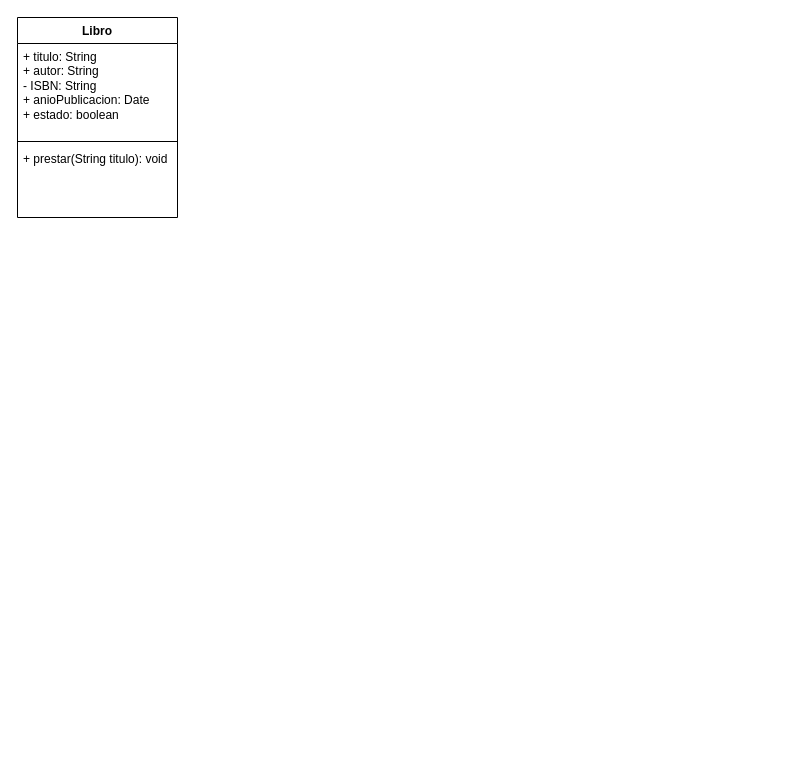
Above: Proyectos/Biblioteca.drawio in wgaibor/POOB24 (draw.io), before the change. Source tidied: cells renumbered, new cells numbered last; positions are measured from the earlier drawing's top-left corner, leaving out a move shared by most shapes. Both pictures are drawn from the tidied source at 100%, with x=0, y=0 at pixel (17, 17).
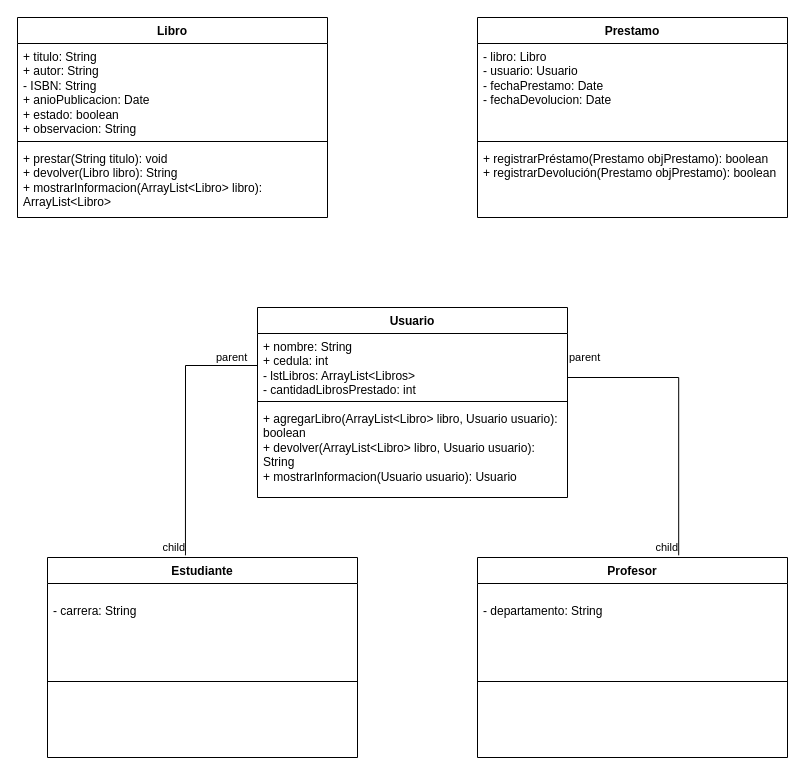
Above is the later version.

Change to the diagram source:
```diff
@@
     <mxCell id="2" value="Libro" style="swimlane;fontStyle=1;align=center;verticalAlign=top;horizontal=1;startSize=26;whiteSpace=wrap;html=1;" parent="1" vertex="1">
-      <mxGeometry width="160" height="200" as="geometry" />
+      <mxGeometry width="310" height="200" as="geometry" />
     </mxCell>
-    <mxCell id="3" value="+ titulo: String&lt;div&gt;+ autor: String&lt;/div&gt;&lt;div&gt;-&amp;nbsp;ISBN: String&lt;/div&gt;&lt;div&gt;+ anioPublicacion: Date&lt;/div&gt;&lt;div&gt;+ estado: boolean&lt;/div&gt;" style="text;strokeColor=none;fillColor=none;align=left;verticalAlign=top;spacingLeft=4;spacingRight=4;overflow=hidden;whiteSpace=wrap;html=1;" parent="2" vertex="1">
-      <mxGeometry y="26" width="160" height="94" as="geometry" />
+    <mxCell id="3" value="+ titulo: String&lt;div&gt;+ autor: String&lt;/div&gt;&lt;div&gt;-&amp;nbsp;ISBN: String&lt;/div&gt;&lt;div&gt;+ anioPublicacion: Date&lt;/div&gt;&lt;div&gt;+ estado: boolean&lt;/div&gt;&lt;div&gt;+ observacion: String&lt;/div&gt;" style="text;strokeColor=none;fillColor=none;align=left;verticalAlign=top;spacingLeft=4;spacingRight=4;overflow=hidden;whiteSpace=wrap;html=1;" parent="2" vertex="1">
+      <mxGeometry y="26" width="310" height="94" as="geometry" />
     </mxCell>
     <mxCell id="4" style="line;strokeWidth=1;fillColor=none;align=left;verticalAlign=middle;spacingTop=-1;spacingLeft=3;spacingRight=3;labelPosition=right;strokeColor=inherit;" parent="2" vertex="1">
-      <mxGeometry y="120" width="160" height="8" as="geometry" />
+      <mxGeometry y="120" width="310" height="8" as="geometry" />
     </mxCell>
-    <mxCell id="5" value="+ prestar(String titulo): void" style="text;strokeColor=none;fillColor=none;align=left;verticalAlign=top;spacingLeft=4;spacingRight=4;overflow=hidden;whiteSpace=wrap;html=1;" parent="2" vertex="1">
-      <mxGeometry y="128" width="160" height="72" as="geometry" />
+    <mxCell id="5" value="+ prestar(String titulo): void&lt;div&gt;+ devolver(Libro libro): String&lt;/div&gt;&lt;div&gt;+ mostrarInformacion(ArrayList&amp;lt;Libro&amp;gt; libro): ArrayList&amp;lt;Libro&amp;gt;&lt;/div&gt;" style="text;strokeColor=none;fillColor=none;align=left;verticalAlign=top;spacingLeft=4;spacingRight=4;overflow=hidden;whiteSpace=wrap;html=1;" parent="2" vertex="1">
+      <mxGeometry y="128" width="310" height="72" as="geometry" />
     </mxCell>
+    <mxCell id="6" value="Usuario" style="swimlane;fontStyle=1;align=center;verticalAlign=top;horizontal=1;startSize=26;whiteSpace=wrap;html=1;" parent="1" vertex="1">
+      <mxGeometry x="240" y="290" width="310" height="190" as="geometry" />
+    </mxCell>
+    <mxCell id="7" value="+ nombre: String&lt;div&gt;+ cedula: int&lt;/div&gt;&lt;div&gt;-&amp;nbsp;lstLibros: ArrayList&amp;lt;Libros&amp;gt;&lt;br&gt;&lt;/div&gt;&lt;div&gt;- cantidadLibrosPrestado: int&lt;/div&gt;" style="text;strokeColor=none;fillColor=none;align=left;verticalAlign=top;spacingLeft=4;spacingRight=4;overflow=hidden;points=[[0,0.5],[1,0.5]];portConstraint=eastwest;whiteSpace=wrap;html=1;" parent="6" vertex="1">
+      <mxGeometry y="26" width="310" height="64" as="geometry" />
+    </mxCell>
+    <mxCell id="8" style="line;strokeWidth=1;fillColor=none;align=left;verticalAlign=middle;spacingTop=-1;spacingLeft=3;spacingRight=3;labelPosition=right;strokeColor=inherit;" parent="6" vertex="1">
+      <mxGeometry y="90" width="310" height="8" as="geometry" />
+    </mxCell>
+    <mxCell id="9" value="+ agregarLibro(ArrayList&amp;lt;Libro&amp;gt; libro, Usuario usuario): boolean&lt;div&gt;+ devolver(ArrayList&amp;lt;Libro&amp;gt; libro, Usuario usuario): String&lt;/div&gt;&lt;div&gt;+ mostrarInformacion(Usuario usuario): Usuario&lt;/div&gt;" style="text;strokeColor=none;fillColor=none;align=left;verticalAlign=top;spacingLeft=4;spacingRight=4;overflow=hidden;whiteSpace=wrap;html=1;" parent="6" vertex="1">
+      <mxGeometry y="98" width="310" height="92" as="geometry" />
+    </mxCell>
+    <mxCell id="10" value="Estudiante" style="swimlane;fontStyle=1;align=center;verticalAlign=top;horizontal=1;startSize=26;whiteSpace=wrap;html=1;" parent="1" vertex="1">
+      <mxGeometry x="30" y="540" width="310" height="200" as="geometry" />
+    </mxCell>
+    <mxCell id="11" value="&lt;br&gt;&lt;div&gt;-&amp;nbsp;carrera: String&lt;br&gt;&lt;/div&gt;" style="text;strokeColor=none;fillColor=none;align=left;verticalAlign=top;spacingLeft=4;spacingRight=4;overflow=hidden;whiteSpace=wrap;html=1;" parent="10" vertex="1">
+      <mxGeometry y="26" width="310" height="94" as="geometry" />
+    </mxCell>
+    <mxCell id="12" style="line;strokeWidth=1;fillColor=none;align=left;verticalAlign=middle;spacingTop=-1;spacingLeft=3;spacingRight=3;labelPosition=right;strokeColor=inherit;" parent="10" vertex="1">
+      <mxGeometry y="120" width="310" height="8" as="geometry" />
+    </mxCell>
+    <mxCell id="13" value="&amp;nbsp;" style="text;strokeColor=none;fillColor=none;align=left;verticalAlign=top;spacingLeft=4;spacingRight=4;overflow=hidden;whiteSpace=wrap;html=1;" parent="10" vertex="1">
+      <mxGeometry y="128" width="310" height="72" as="geometry" />
+    </mxCell>
+    <mxCell id="14" value="Profesor" style="swimlane;fontStyle=1;align=center;verticalAlign=top;horizontal=1;startSize=26;whiteSpace=wrap;html=1;" parent="1" vertex="1">
+      <mxGeometry x="460" y="540" width="310" height="200" as="geometry" />
+    </mxCell>
+    <mxCell id="15" value="&lt;br&gt;&lt;div&gt;-&amp;nbsp;departamento: String&lt;br&gt;&lt;/div&gt;" style="text;strokeColor=none;fillColor=none;align=left;verticalAlign=top;spacingLeft=4;spacingRight=4;overflow=hidden;whiteSpace=wrap;html=1;" parent="14" vertex="1">
+      <mxGeometry y="26" width="310" height="94" as="geometry" />
+    </mxCell>
+    <mxCell id="16" style="line;strokeWidth=1;fillColor=none;align=left;verticalAlign=middle;spacingTop=-1;spacingLeft=3;spacingRight=3;labelPosition=right;strokeColor=inherit;" parent="14" vertex="1">
+      <mxGeometry y="120" width="310" height="8" as="geometry" />
+    </mxCell>
+    <mxCell id="17" value="&amp;nbsp;" style="text;strokeColor=none;fillColor=none;align=left;verticalAlign=top;spacingLeft=4;spacingRight=4;overflow=hidden;whiteSpace=wrap;html=1;" parent="14" vertex="1">
+      <mxGeometry y="128" width="310" height="72" as="geometry" />
+    </mxCell>
+    <mxCell id="18" style="endArrow=none;html=1;edgeStyle=orthogonalEdgeStyle;rounded=0;exitX=0;exitY=0.5;exitDx=0;exitDy=0;entryX=0.445;entryY=-0.011;entryDx=0;entryDy=0;entryPerimeter=0;" parent="1" edge="1" source="7" target="10">
+      <mxGeometry relative="1" as="geometry" />
+    </mxCell>
+    <mxCell id="19" value="parent" style="edgeLabel;html=1;align=left;verticalAlign=bottom;" parent="18" vertex="1">
+      <mxGeometry x="-1" relative="1" as="geometry">
+        <mxPoint x="-43" as="offset" />
+      </mxGeometry>
+    </mxCell>
+    <mxCell id="20" value="child" style="edgeLabel;html=1;align=right;verticalAlign=bottom;" parent="18" vertex="1">
+      <mxGeometry x="1" relative="1" as="geometry" />
+    </mxCell>
+    <mxCell id="21" style="endArrow=none;html=1;edgeStyle=orthogonalEdgeStyle;rounded=0;entryX=0.649;entryY=-0.011;entryDx=0;entryDy=0;entryPerimeter=0;exitX=1;exitY=0.5;exitDx=0;exitDy=0;" parent="1" edge="1" source="7" target="14">
+      <mxGeometry relative="1" as="geometry">
+        <Array as="points">
+          <mxPoint x="550" y="360" />
+          <mxPoint x="661" y="360" />
+        </Array>
+      </mxGeometry>
+    </mxCell>
+    <mxCell id="22" value="parent" style="edgeLabel;html=1;align=left;verticalAlign=bottom;" parent="21" vertex="1">
+      <mxGeometry x="-1" relative="1" as="geometry" />
+    </mxCell>
+    <mxCell id="23" value="child" style="edgeLabel;html=1;align=right;verticalAlign=bottom;" parent="21" vertex="1">
+      <mxGeometry x="1" relative="1" as="geometry" />
+    </mxCell>
+    <mxCell id="24" value="Prestamo" style="swimlane;fontStyle=1;align=center;verticalAlign=top;horizontal=1;startSize=26;whiteSpace=wrap;html=1;" parent="1" vertex="1">
+      <mxGeometry x="460" width="310" height="200" as="geometry" />
+    </mxCell>
+    <mxCell id="25" value="- libro: Libro&lt;div&gt;- usuario: Usuario&lt;/div&gt;&lt;div&gt;- fechaPrestamo: Date&lt;/div&gt;&lt;div&gt;- fechaDevolucion: Date&lt;/div&gt;&lt;div&gt;&lt;br&gt;&lt;/div&gt;" style="text;strokeColor=none;fillColor=none;align=left;verticalAlign=top;spacingLeft=4;spacingRight=4;overflow=hidden;whiteSpace=wrap;html=1;" parent="24" vertex="1">
+      <mxGeometry y="26" width="310" height="94" as="geometry" />
+    </mxCell>
+    <mxCell id="26" style="line;strokeWidth=1;fillColor=none;align=left;verticalAlign=middle;spacingTop=-1;spacingLeft=3;spacingRight=3;labelPosition=right;strokeColor=inherit;" parent="24" vertex="1">
+      <mxGeometry y="120" width="310" height="8" as="geometry" />
+    </mxCell>
+    <mxCell id="27" value="+ registrarPréstamo(Prestamo objPrestamo): boolean&lt;div&gt;+ registrarDevolución(Prestamo objPrestamo): boolean&lt;/div&gt;&lt;div&gt;&lt;br&gt;&lt;/div&gt;" style="text;strokeColor=none;fillColor=none;align=left;verticalAlign=top;spacingLeft=4;spacingRight=4;overflow=hidden;whiteSpace=wrap;html=1;" parent="24" vertex="1">
+      <mxGeometry y="128" width="310" height="72" as="geometry" />
+    </mxCell>
```
